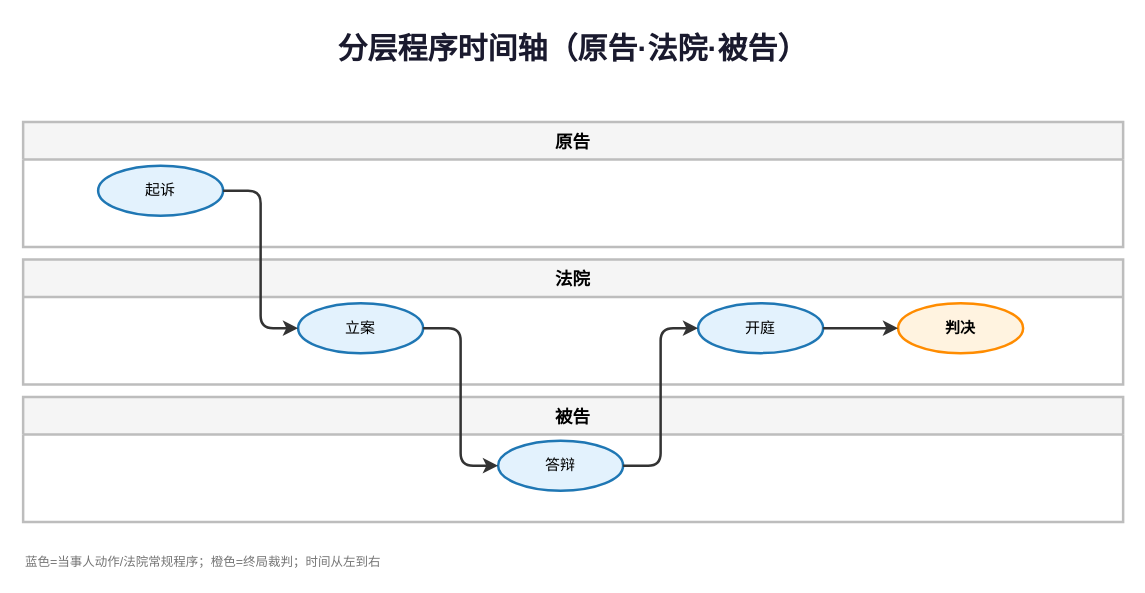
Above: skills/legal-visualization/templates/litigation/layered-timeline.drawio in Verchiel666/legal-skills (draw.io), before the change. Source tidied: cells renumbered, new cells numbered last; positions are measured from the earlier drawing's top-left corner, leaving out a move shared by most shapes. Both pictures are drawn from the tidied source at 125%, with x=0, y=0 at pixel (22, 21).
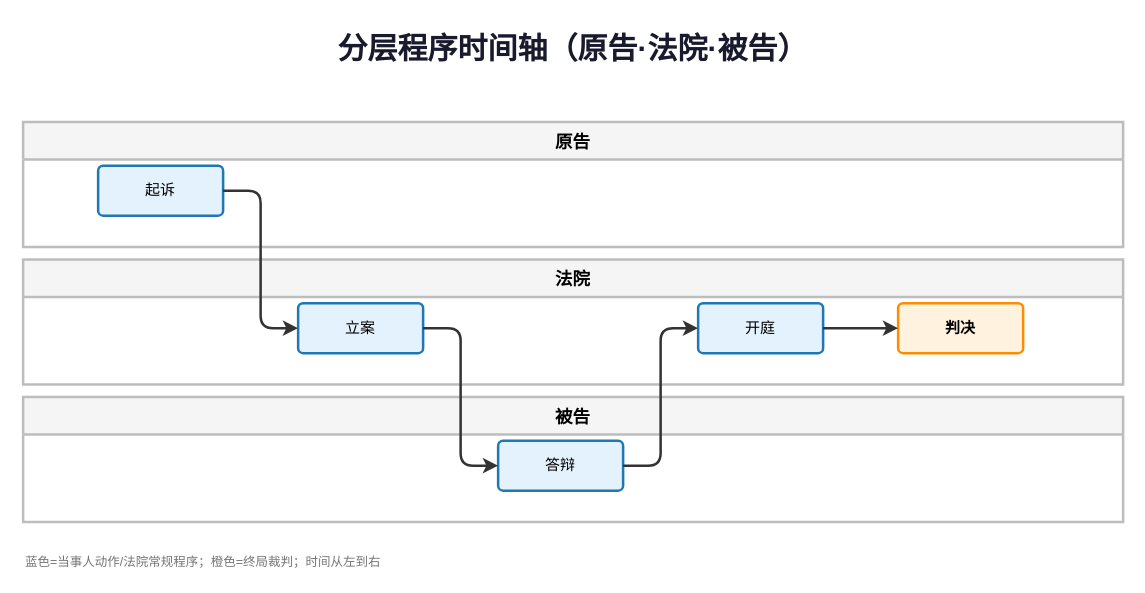
After the change.

The edit, as a diff of the source:
```diff
@@
 <mxGraphModel>
   <root>
     <mxCell id="0" />
     <mxCell id="1" parent="0" />
     <mxCell id="2" value="分层程序时间轴（原告·法院·被告）" style="text;fontSize=24;fontStyle=1;align=center;fillColor=none;strokeColor=none;fontColor=#1a1a2e;" parent="1" vertex="1">
       <mxGeometry width="880" height="40" as="geometry" />
     </mxCell>
     <mxCell id="3" value="原告" style="swimlane;startSize=30;fillColor=#F5F5F5;strokeColor=#BDBDBD;strokeWidth=2;fontSize=14;fontStyle=1;" parent="1" vertex="1">
       <mxGeometry y="80" width="880" height="100" as="geometry" />
     </mxCell>
     <mxCell id="4" value="法院" style="swimlane;startSize=30;fillColor=#F5F5F5;strokeColor=#BDBDBD;strokeWidth=2;fontSize=14;fontStyle=1;" parent="1" vertex="1">
       <mxGeometry y="190" width="880" height="100" as="geometry" />
     </mxCell>
     <mxCell id="5" value="被告" style="swimlane;startSize=30;fillColor=#F5F5F5;strokeColor=#BDBDBD;strokeWidth=2;fontSize=14;fontStyle=1;" parent="1" vertex="1">
       <mxGeometry y="300" width="880" height="100" as="geometry" />
     </mxCell>
-    <mxCell id="6" value="起诉" style="ellipse;whiteSpace=wrap;fillColor=#E3F2FD;strokeColor=#1f77b4;strokeWidth=2;fontSize=12;" parent="1" vertex="1">
+    <mxCell id="6" value="起诉" style="rounded=1;arcSize=10;whiteSpace=wrap;fillColor=#E3F2FD;strokeColor=#1f77b4;strokeWidth=2;fontSize=12;" parent="1" vertex="1">
       <mxGeometry x="60" y="115" width="100" height="40" as="geometry" />
     </mxCell>
-    <mxCell id="7" value="立案" style="ellipse;whiteSpace=wrap;fillColor=#E3F2FD;strokeColor=#1f77b4;strokeWidth=2;fontSize=12;" parent="1" vertex="1">
+    <mxCell id="7" value="立案" style="rounded=1;arcSize=10;whiteSpace=wrap;fillColor=#E3F2FD;strokeColor=#1f77b4;strokeWidth=2;fontSize=12;" parent="1" vertex="1">
       <mxGeometry x="220" y="225" width="100" height="40" as="geometry" />
     </mxCell>
-    <mxCell id="8" value="答辩" style="ellipse;whiteSpace=wrap;fillColor=#E3F2FD;strokeColor=#1f77b4;strokeWidth=2;fontSize=12;" parent="1" vertex="1">
+    <mxCell id="8" value="答辩" style="rounded=1;arcSize=10;whiteSpace=wrap;fillColor=#E3F2FD;strokeColor=#1f77b4;strokeWidth=2;fontSize=12;" parent="1" vertex="1">
       <mxGeometry x="380" y="335" width="100" height="40" as="geometry" />
     </mxCell>
-    <mxCell id="9" value="开庭" style="ellipse;whiteSpace=wrap;fillColor=#E3F2FD;strokeColor=#1f77b4;strokeWidth=2;fontSize=12;" parent="1" vertex="1">
+    <mxCell id="9" value="开庭" style="rounded=1;arcSize=10;whiteSpace=wrap;fillColor=#E3F2FD;strokeColor=#1f77b4;strokeWidth=2;fontSize=12;" parent="1" vertex="1">
       <mxGeometry x="540" y="225" width="100" height="40" as="geometry" />
     </mxCell>
-    <mxCell id="10" value="判决" style="ellipse;whiteSpace=wrap;fillColor=#FFF3E0;strokeColor=#FF8C00;strokeWidth=2;fontSize=12;fontStyle=1;" parent="1" vertex="1">
+    <mxCell id="10" value="判决" style="rounded=1;arcSize=10;whiteSpace=wrap;fillColor=#FFF3E0;strokeColor=#FF8C00;strokeWidth=2;fontSize=12;fontStyle=1;" parent="1" vertex="1">
       <mxGeometry x="700" y="225" width="100" height="40" as="geometry" />
     </mxCell>
     <mxCell id="11" style="endArrow=classic;strokeWidth=2;strokeColor=#333333;exitX=1;exitY=0.5;entryX=0;entryY=0.5;edgeStyle=orthogonalEdgeStyle;" parent="1" edge="1" source="6" target="7">
       <mxGeometry relative="1" as="geometry" />
     </mxCell>
     <mxCell id="12" style="endArrow=classic;strokeWidth=2;strokeColor=#333333;exitX=1;exitY=0.5;entryX=0;entryY=0.5;edgeStyle=orthogonalEdgeStyle;" parent="1" edge="1" source="7" target="8">
       <mxGeometry relative="1" as="geometry" />
     </mxCell>
     <mxCell id="13" style="endArrow=classic;strokeWidth=2;strokeColor=#333333;exitX=1;exitY=0.5;entryX=0;entryY=0.5;edgeStyle=orthogonalEdgeStyle;" parent="1" edge="1" source="8" target="9">
       <mxGeometry relative="1" as="geometry" />
     </mxCell>
     <mxCell id="14" style="endArrow=classic;strokeWidth=2;strokeColor=#333333;exitX=1;exitY=0.5;entryX=0;entryY=0.5;edgeStyle=orthogonalEdgeStyle;" parent="1" edge="1" source="9" target="10">
       <mxGeometry relative="1" as="geometry" />
     </mxCell>
     <mxCell id="15" value="蓝色=当事人动作/法院常规程序；橙色=终局裁判；时间从左到右" style="text;fontSize=10;align=left;fillColor=none;strokeColor=none;fontColor=#757575;" parent="1" vertex="1">
       <mxGeometry y="420" width="600" height="20" as="geometry" />
     </mxCell>
   </root>
 </mxGraphModel>
```
